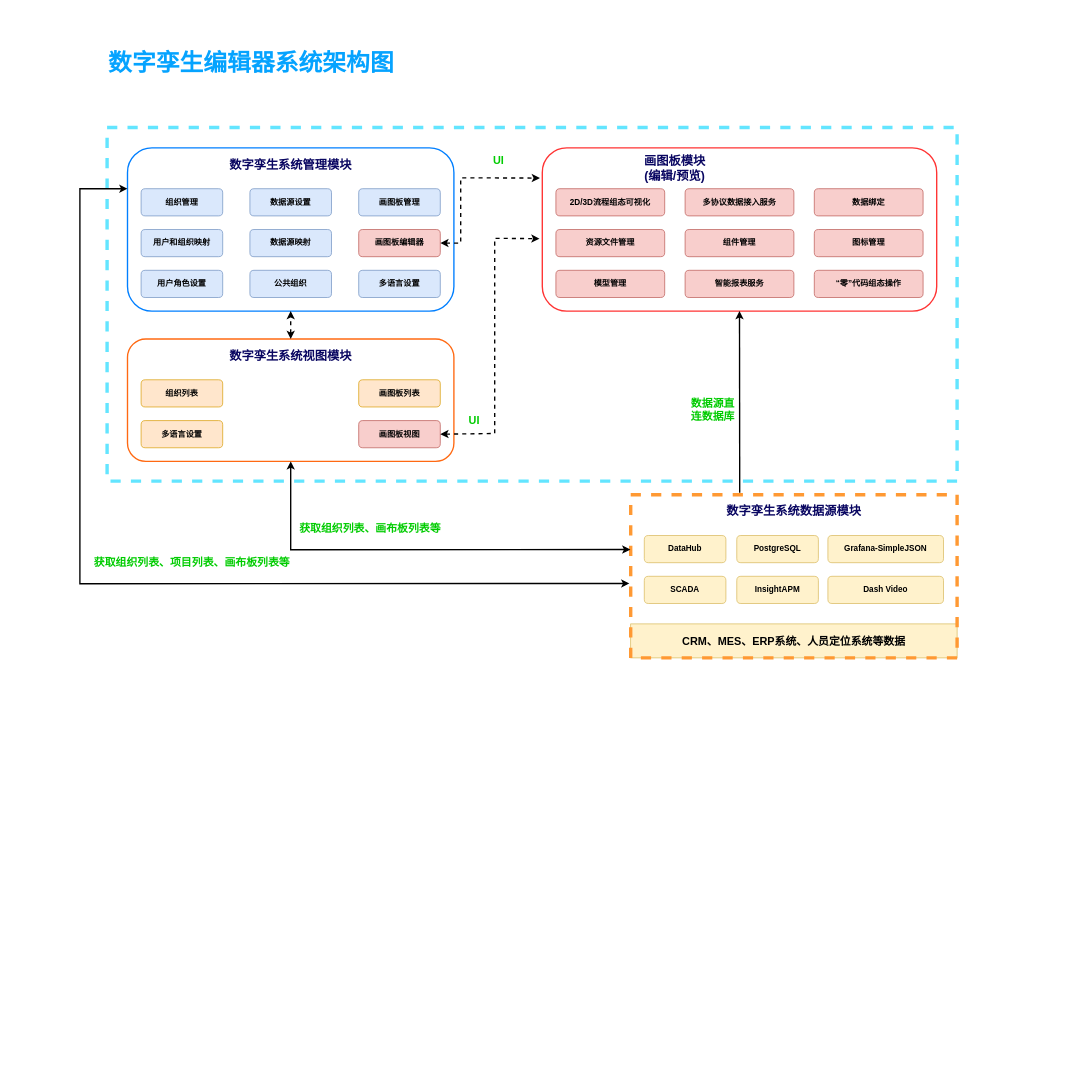
The draw.io diagram 流程图/SC.drawio in 20123136/draw-io-fiels, before the edit. Source tidied: cells renumbered, new cells numbered last; positions are measured from the earlier drawing's top-left corner, leaving out a move shared by most shapes. Both pictures are drawn from the tidied source at 68%, with x=0, y=0 at pixel (80, 46).
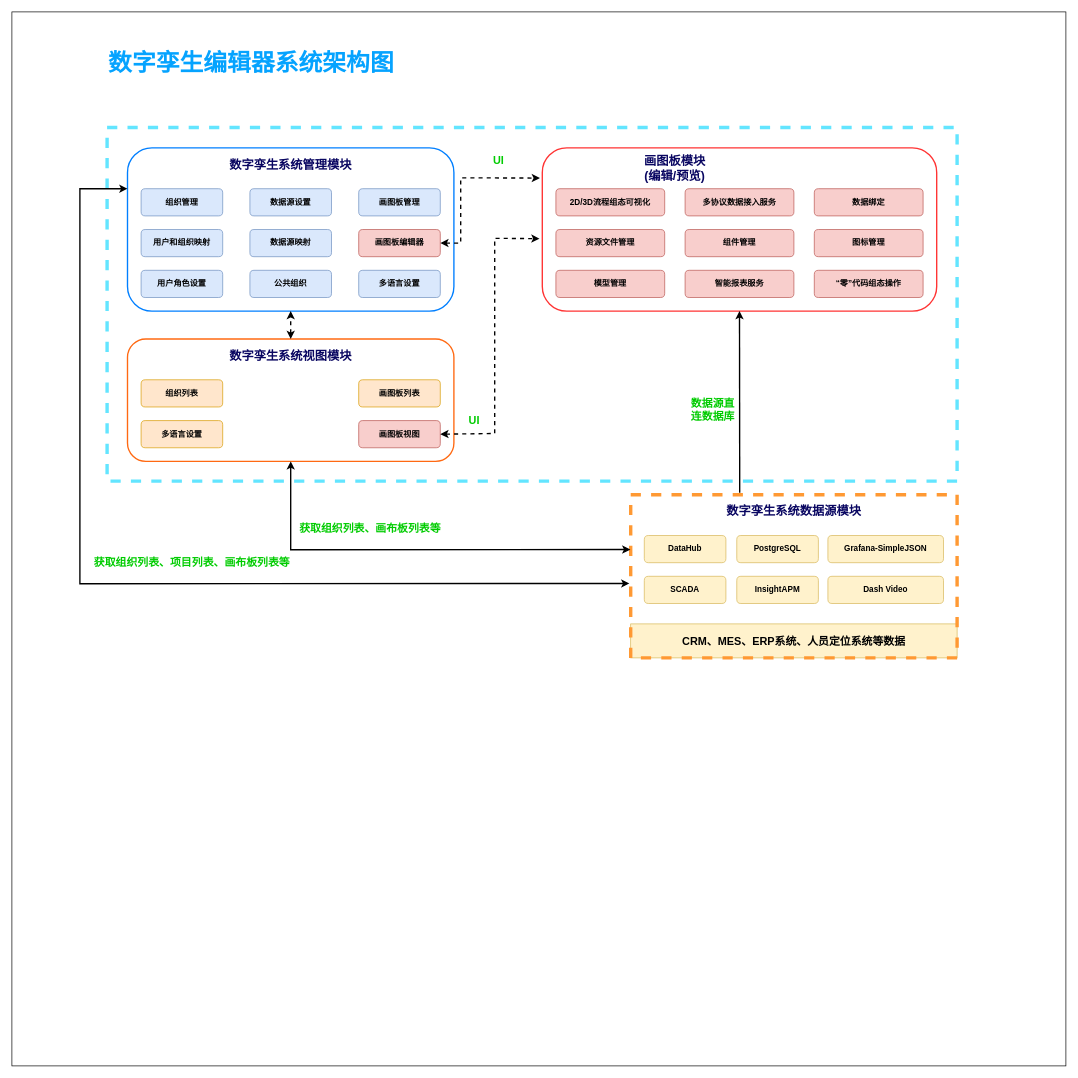
The same diagram, later.

The edit, as a diff of the source:
```diff
@@
+    <mxCell id="53" style="whiteSpace=wrap;html=1;" parent="1" vertex="1">
+      <mxGeometry x="-100" y="-50" width="1550" height="1550" as="geometry" />
+    </mxCell>
```
